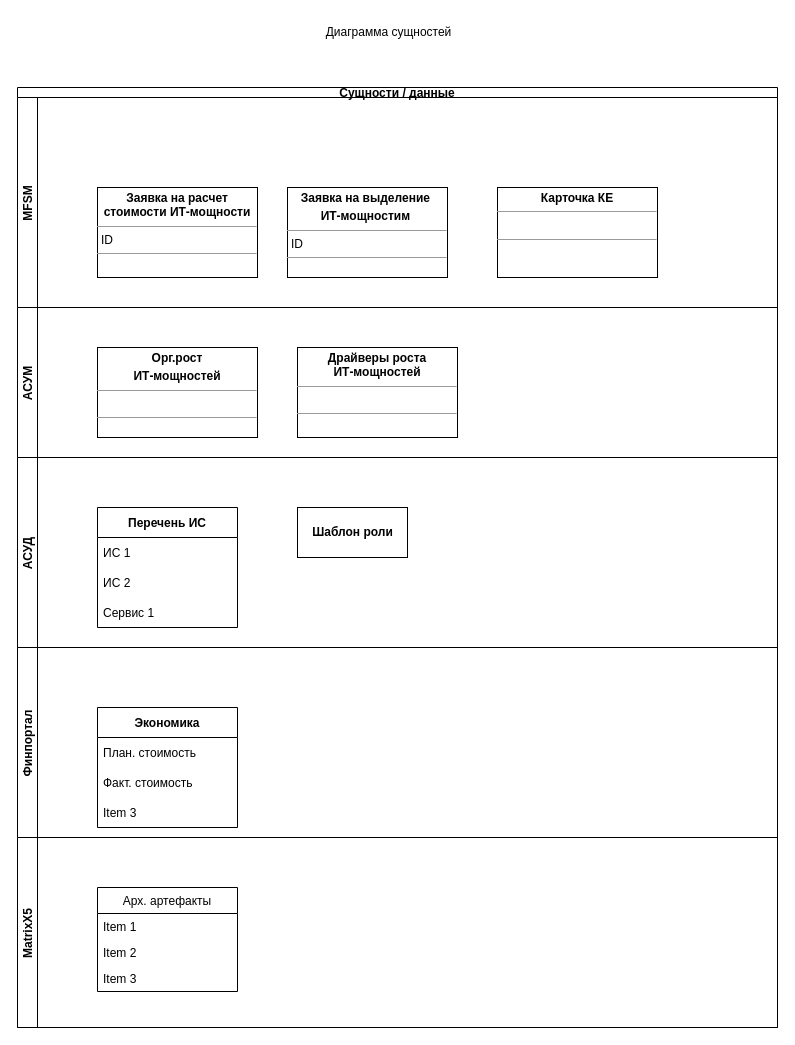
Before: Class.drawio in Tonop/X5, a draw.io diagram. Source tidied: cells renumbered, new cells numbered last; positions are measured from the earlier drawing's top-left corner, leaving out a move shared by most shapes. Both pictures are drawn from the tidied source at 100%, with x=0, y=0 at pixel (17, 17).
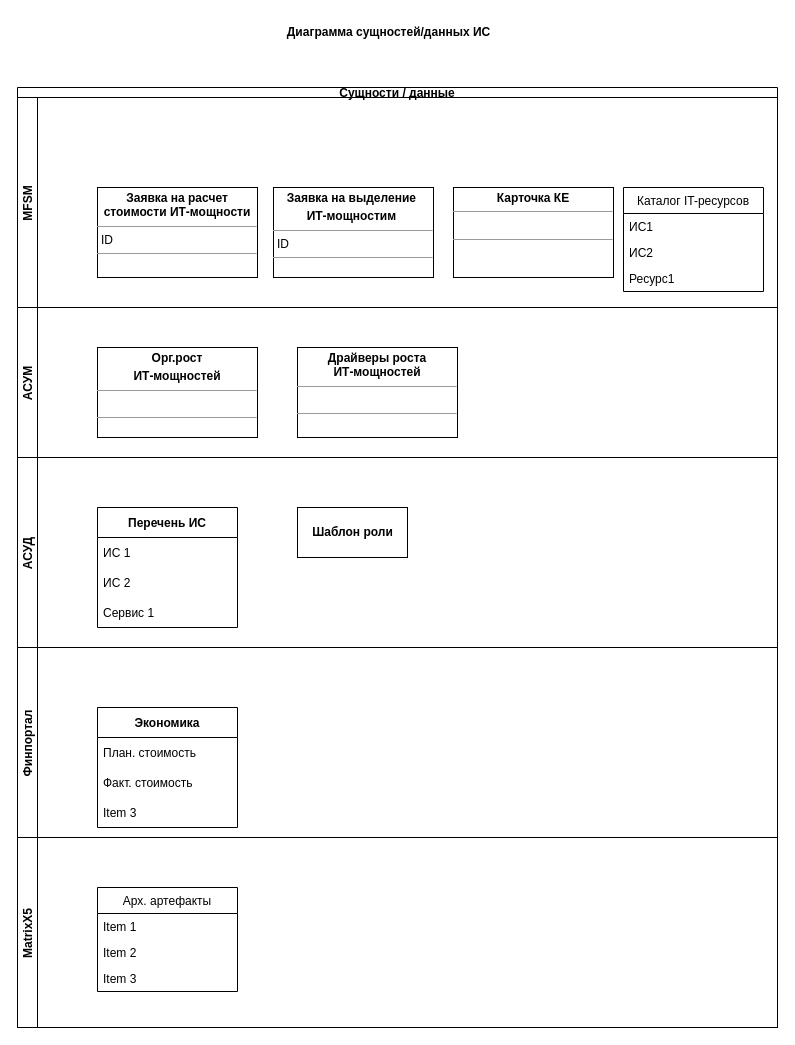
The same diagram, later.

The change refers to these unchanged cells:
```xml
<mxCell id="18" value="MFSM" style="swimlane;startSize=20;horizontal=0;" parent="17" vertex="1">
  <mxGeometry y="10" width="760" height="210" as="geometry" />
</mxCell>
```

Change to the diagram source:
```diff
@@
-    <mxCell id="2" value="Диаграмма сущностей" style="text;html=1;align=center;verticalAlign=middle;fillColor=none;strokeColor=none;rounded=0;" parent="1" vertex="1">
-      <mxGeometry x="296" width="150" height="30" as="geometry" />
+    <mxCell id="2" value="&lt;b&gt;Диаграмма сущностей/данных ИС&lt;/b&gt;" style="text;html=1;align=center;verticalAlign=middle;fillColor=none;strokeColor=none;rounded=0;" parent="1" vertex="1">
+      <mxGeometry x="256" width="230" height="30" as="geometry" />
     </mxCell>
-    <mxCell id="3" value="&lt;p style=&quot;margin:0px;margin-top:4px;text-align:center;&quot;&gt;&lt;b&gt;Заявка на выделение&amp;nbsp;&lt;/b&gt;&lt;/p&gt;&lt;p style=&quot;margin:0px;margin-top:4px;text-align:center;&quot;&gt;&lt;b&gt;ИТ-мощностим&amp;nbsp;&lt;/b&gt;&lt;/p&gt;&lt;hr size=&quot;1&quot;&gt;&lt;p style=&quot;margin:0px;margin-left:4px;&quot;&gt;ID&lt;/p&gt;&lt;hr size=&quot;1&quot;&gt;&lt;p style=&quot;margin:0px;margin-left:4px;&quot;&gt;&lt;br&gt;&lt;/p&gt;" style="verticalAlign=top;align=left;overflow=fill;fontSize=12;fontFamily=Helvetica;html=1;" parent="1" vertex="1">
-      <mxGeometry x="270" y="170" width="160" height="90" as="geometry" />
-    </mxCell>
@@
-    <mxCell id="5" value="&lt;p style=&quot;margin:0px;margin-top:4px;text-align:center;&quot;&gt;&lt;b&gt;Карточка КЕ&lt;/b&gt;&lt;/p&gt;&lt;hr size=&quot;1&quot;&gt;&lt;p style=&quot;margin:0px;margin-left:4px;&quot;&gt;&lt;br&gt;&lt;/p&gt;&lt;hr size=&quot;1&quot;&gt;&lt;p style=&quot;margin:0px;margin-left:4px;&quot;&gt;&lt;br&gt;&lt;/p&gt;" style="verticalAlign=top;align=left;overflow=fill;fontSize=12;fontFamily=Helvetica;html=1;" parent="1" vertex="1">
-      <mxGeometry x="480" y="170" width="160" height="90" as="geometry" />
-    </mxCell>
@@
+    <mxCell id="5" value="&lt;p style=&quot;margin:0px;margin-top:4px;text-align:center;&quot;&gt;&lt;b&gt;Карточка КЕ&lt;/b&gt;&lt;/p&gt;&lt;hr size=&quot;1&quot;&gt;&lt;p style=&quot;margin:0px;margin-left:4px;&quot;&gt;&lt;br&gt;&lt;/p&gt;&lt;hr size=&quot;1&quot;&gt;&lt;p style=&quot;margin:0px;margin-left:4px;&quot;&gt;&lt;br&gt;&lt;/p&gt;" style="verticalAlign=top;align=left;overflow=fill;fontSize=12;fontFamily=Helvetica;html=1;" parent="18" vertex="1">
+      <mxGeometry x="436" y="90" width="160" height="90" as="geometry" />
+    </mxCell>
+    <mxCell id="3" value="&lt;p style=&quot;margin:0px;margin-top:4px;text-align:center;&quot;&gt;&lt;b&gt;Заявка на выделение&amp;nbsp;&lt;/b&gt;&lt;/p&gt;&lt;p style=&quot;margin:0px;margin-top:4px;text-align:center;&quot;&gt;&lt;b&gt;ИТ-мощностим&amp;nbsp;&lt;/b&gt;&lt;/p&gt;&lt;hr size=&quot;1&quot;&gt;&lt;p style=&quot;margin:0px;margin-left:4px;&quot;&gt;ID&lt;/p&gt;&lt;hr size=&quot;1&quot;&gt;&lt;p style=&quot;margin:0px;margin-left:4px;&quot;&gt;&lt;br&gt;&lt;/p&gt;" style="verticalAlign=top;align=left;overflow=fill;fontSize=12;fontFamily=Helvetica;html=1;" parent="18" vertex="1">
+      <mxGeometry x="256" y="90" width="160" height="90" as="geometry" />
+    </mxCell>
+    <mxCell id="27" value="Каталог IT-ресурсов" style="swimlane;fontStyle=0;horizontal=1;startSize=26;fillColor=none;swimlaneFillColor=default;" parent="18" vertex="1">
+      <mxGeometry x="606" y="90" width="140" height="104" as="geometry" />
+    </mxCell>
+    <mxCell id="28" value="ИС1" style="text;strokeColor=none;fillColor=none;align=left;verticalAlign=top;spacingLeft=4;spacingRight=4;overflow=hidden;" parent="27" vertex="1">
+      <mxGeometry y="26" width="140" height="26" as="geometry" />
+    </mxCell>
+    <mxCell id="29" value="ИС2" style="text;strokeColor=none;fillColor=none;align=left;verticalAlign=top;spacingLeft=4;spacingRight=4;overflow=hidden;" parent="27" vertex="1">
+      <mxGeometry y="52" width="140" height="26" as="geometry" />
+    </mxCell>
+    <mxCell id="30" value="Ресурс1" style="text;strokeColor=none;fillColor=none;align=left;verticalAlign=top;spacingLeft=4;spacingRight=4;overflow=hidden;" parent="27" vertex="1">
+      <mxGeometry y="78" width="140" height="26" as="geometry" />
+    </mxCell>
```
